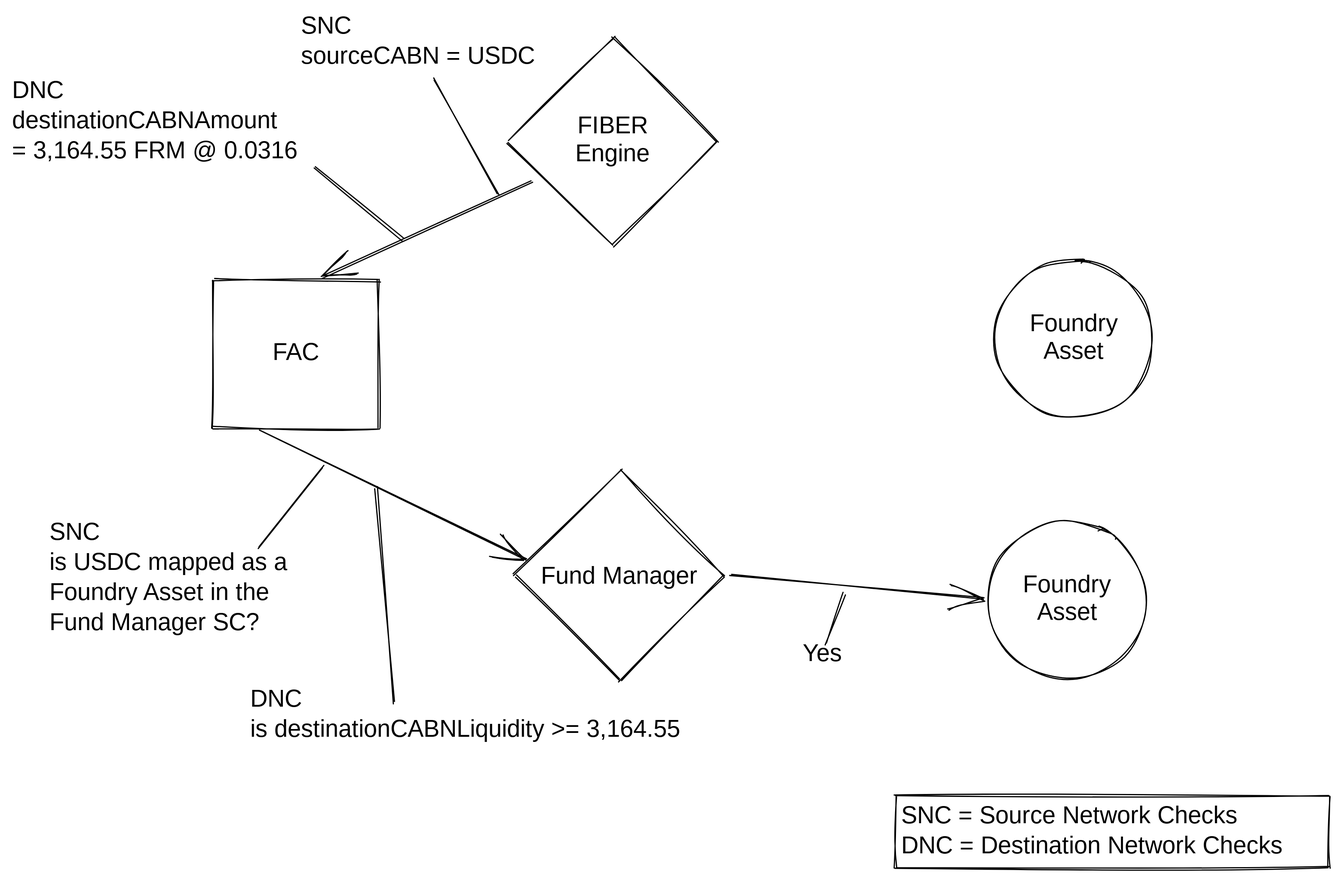
The Excalidraw diagram .gitbook/assets/file.drawing.svg in ferrumnet/ferrum-network-multiSwap-and-bridge-architecture, before a commit. Source tidied: one line per element, renumbered; positions are measured from the earlier drawing's top-left corner, leaving out a move shared by most shapes.
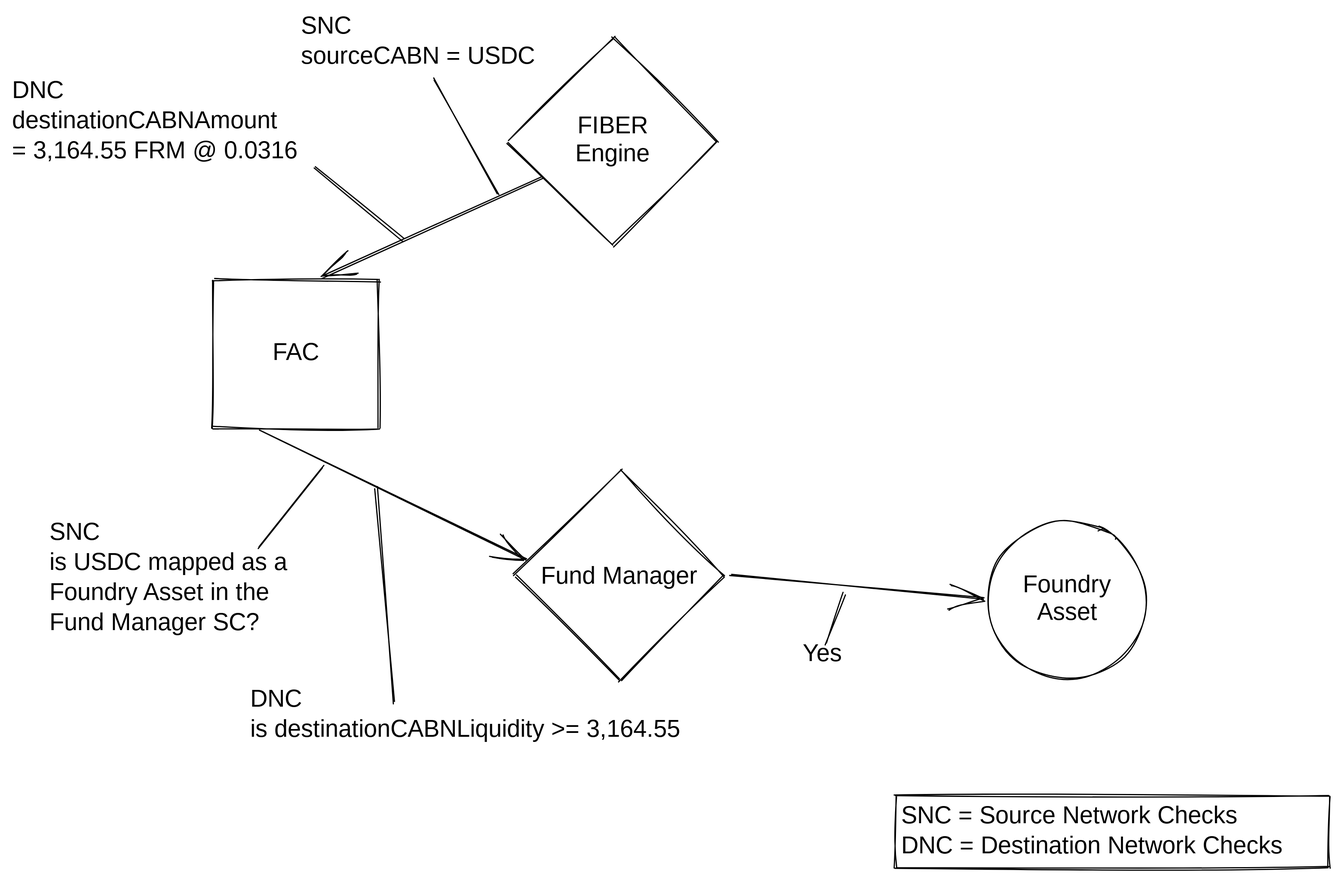
After the change.

Commit message:
GitBook: [#130] No subject

The edit, as a diff of the source:
```diff
@@ -4,16 +4,14 @@
 {"id": 3, "type": "text", "text": "Fund Manager", "strokeColor": "#000000", "strokeWidth": 1, "roughness": 1, "fontSize": 20, "fontFamily": 1, "textAlign": "center", "verticalAlign": "middle", "inside": 1, "x": 422, "y": 457, "width": 164, "height": 25}
 {"id": 4, "type": "rectangle", "strokeColor": "#000000", "strokeWidth": 1, "roughness": 1, "x": 167, "y": 222, "width": 138, "height": 124}
 {"id": 5, "type": "text", "text": "FAC", "strokeColor": "#000000", "strokeWidth": 1, "roughness": 1, "fontSize": 20, "fontFamily": 1, "textAlign": "center", "verticalAlign": "middle", "inside": 4, "x": 172, "y": 272, "width": 128, "height": 23}
-{"id": 6, "type": "arrow", "strokeColor": "#000000", "strokeWidth": 1, "roughness": 1, "endArrowhead": "arrow", "from": 0, "to": 4, "x": 432, "y": 142, "width": 175, "height": 79, "points": [[0, 0], [-175, 79]]}
+{"id": 6, "type": "arrow", "strokeColor": "#000000", "strokeWidth": 1, "roughness": 1, "endArrowhead": "arrow", "from": 0, "to": 4, "x": 441, "y": 138, "width": 184, "height": 82, "points": [[0, 0], [-184, 82]]}
 {"id": 7, "type": "text", "text": "SNC\nsourceCABN = USDC", "strokeColor": "#000000", "strokeWidth": 1, "roughness": 1, "fontSize": 20, "fontFamily": 1, "x": 240, "y": 0, "width": 205, "height": 50}
 {"id": 8, "type": "line", "strokeColor": "#000000", "strokeWidth": 1, "roughness": 1, "x": 404, "y": 151, "width": 55, "height": 95, "points": [[0, 0], [-55, -95]]}
 {"id": 9, "type": "arrow", "strokeColor": "#000000", "strokeWidth": 1, "roughness": 1, "endArrowhead": "arrow", "from": 4, "to": 1, "x": 206, "y": 346, "width": 221, "height": 109, "points": [[0, 0], [221, 109]]}
 {"id": 10, "type": "text", "text": "SNC\nis USDC mapped as a\nFoundry Asset in the\nFund Manager SC?", "strokeColor": "#000000", "strokeWidth": 1, "roughness": 1, "fontSize": 20, "fontFamily": 1, "x": 31, "y": 420, "width": 216, "height": 100}
 {"id": 11, "type": "line", "strokeColor": "#000000", "strokeWidth": 1, "roughness": 1, "x": 259, "y": 378, "width": 54, "height": 67, "points": [[0, 0], [-54, 67]]}
 {"id": 12, "type": "ellipse", "strokeColor": "#000000", "strokeWidth": 1, "roughness": 1, "x": 811, "y": 423, "width": 131, "height": 131}
-{"id": 13, "type": "ellipse", "strokeColor": "#000000", "strokeWidth": 1, "roughness": 1, "x": 817, "y": 206, "width": 131, "height": 131}
 {"id": 14, "type": "text", "text": "Foundry\nAsset", "strokeColor": "#000000", "strokeWidth": 1, "roughness": 1, "fontSize": 20, "fontFamily": 1, "textAlign": "center", "verticalAlign": "middle", "inside": 12, "x": 816, "y": 465, "width": 121, "height": 46}
-{"id": 15, "type": "text", "text": "Foundry\nAsset", "strokeColor": "#000000", "strokeWidth": 1, "roughness": 1, "fontSize": 20, "fontFamily": 1, "textAlign": "center", "verticalAlign": "middle", "inside": 13, "x": 822, "y": 248, "width": 121, "height": 46}
 {"id": 16, "type": "arrow", "strokeColor": "#000000", "strokeWidth": 1, "roughness": 1, "endArrowhead": "arrow", "from": 1, "to": 12, "x": 597, "y": 468, "width": 209, "height": 19, "points": [[0, 0], [209, 19]]}
 {"id": 17, "type": "text", "text": "Yes", "strokeColor": "#000000", "strokeWidth": 1, "roughness": 1, "fontSize": 20, "fontFamily": 1, "textAlign": "center", "x": 657, "y": 521, "width": 33, "height": 25}
 {"id": 18, "type": "line", "strokeColor": "#000000", "strokeWidth": 1, "roughness": 1, "x": 691, "y": 483, "width": 14, "height": 41, "points": [[0, 0], [-14, 41]]}
```
